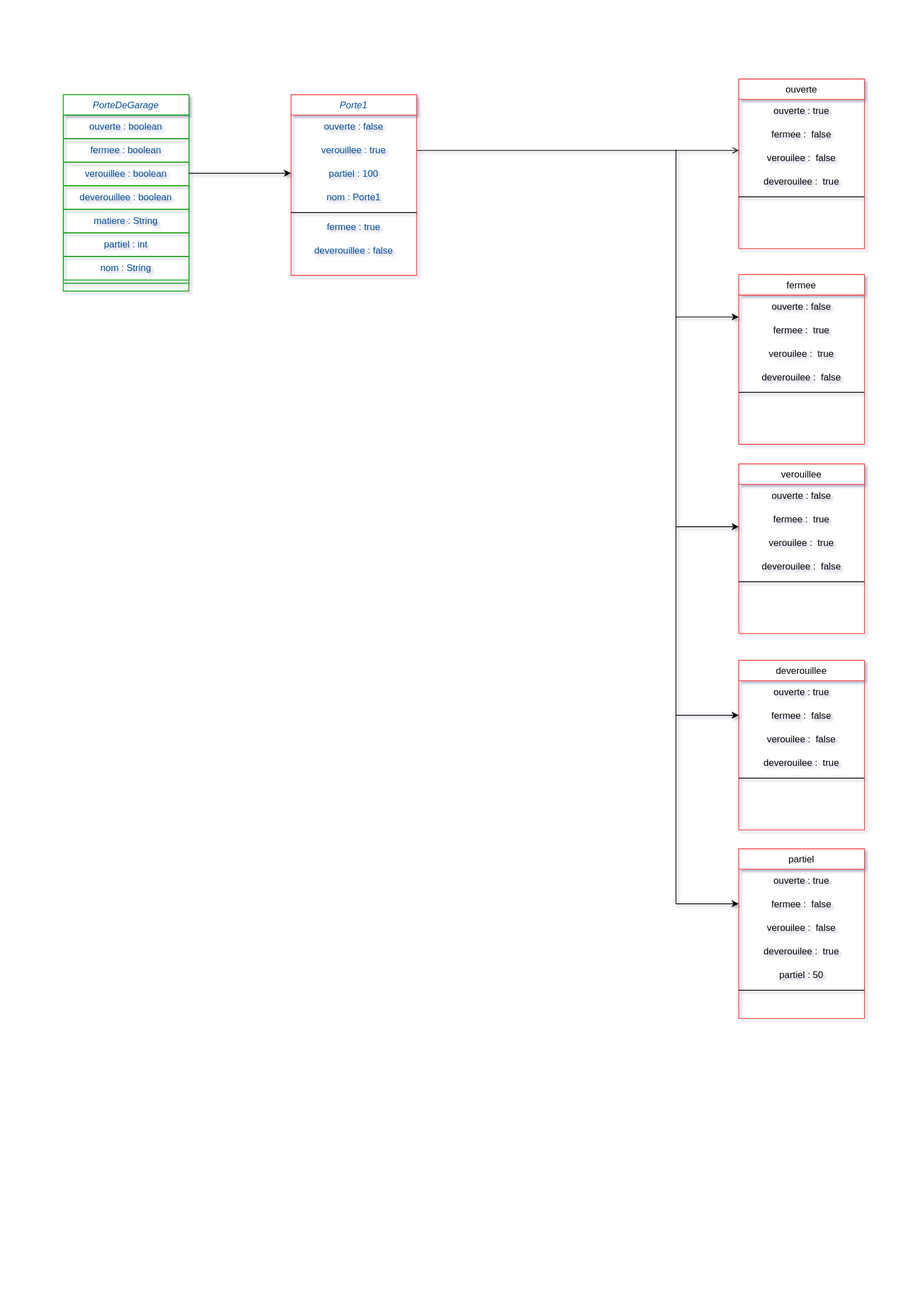
Earlier version of the draw.io export objet/porte.drawio.svg (mickmick54/ABC_2211_MC). Source tidied: cells renumbered, new cells last; positions are measured from the earlier drawing's top-left corner, leaving out a move shared by most shapes.
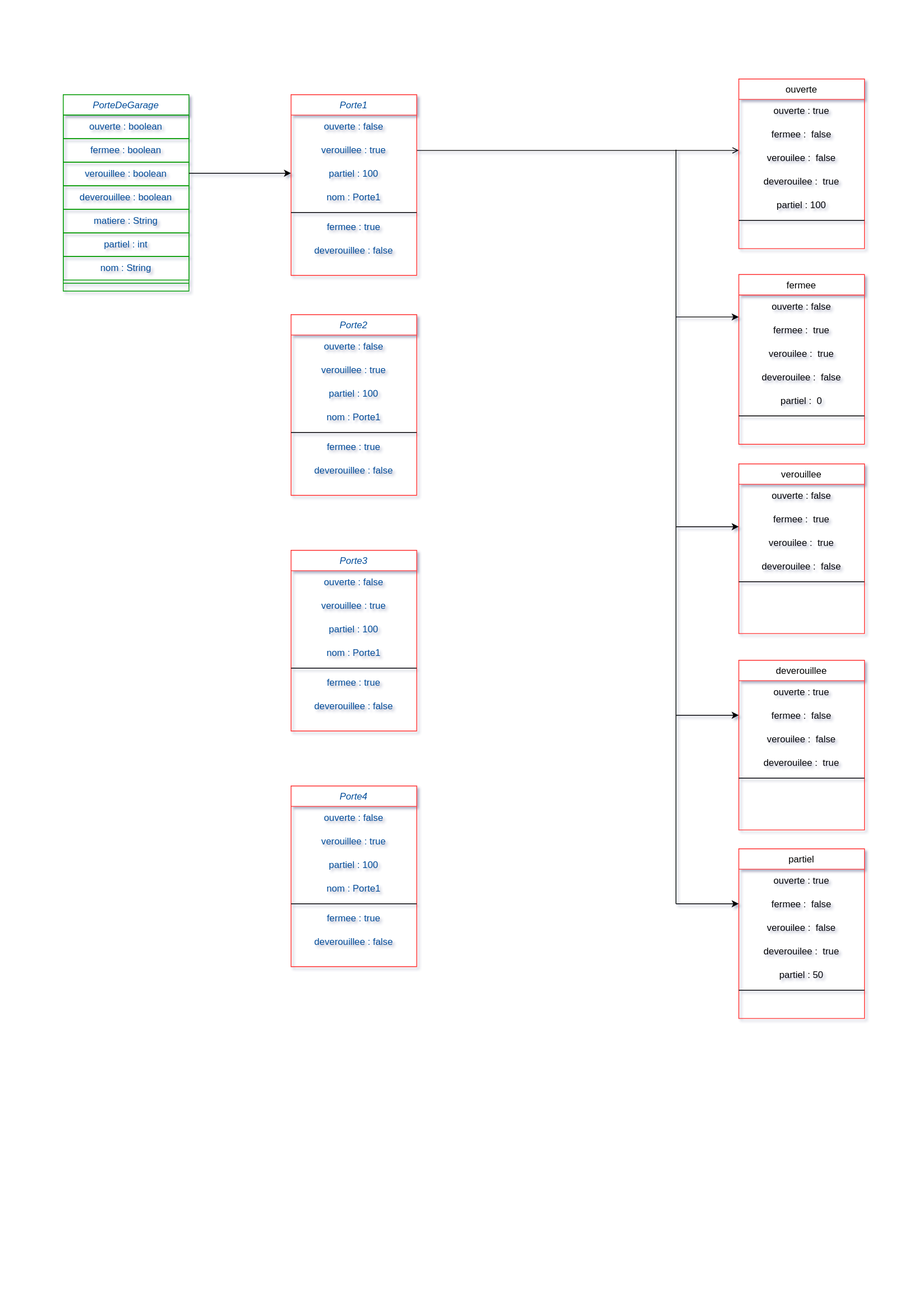
The same file after the commit.

Diff of the diagram source:
```diff
@@ -44,8 +44,11 @@
     <mxCell id="15" value="deverouilee :&amp;nbsp; true" style="text;html=1;strokeColor=none;fillColor=none;align=center;verticalAlign=middle;whiteSpace=wrap;rounded=0;" parent="11" vertex="1">
       <mxGeometry y="116" width="160" height="30" as="geometry" />
     </mxCell>
+    <mxCell id="57" value="partiel : 100" style="text;html=1;strokeColor=none;fillColor=none;align=center;verticalAlign=middle;whiteSpace=wrap;rounded=0;fontColor=#000000;" parent="11" vertex="1">
+      <mxGeometry y="146" width="160" height="30" as="geometry" />
+    </mxCell>
     <mxCell id="16" style="line;html=1;strokeWidth=1;align=left;verticalAlign=middle;spacingTop=-1;spacingLeft=3;spacingRight=3;labelPosition=right;" parent="11" vertex="1">
-      <mxGeometry y="146" width="160" height="8" as="geometry" />
+      <mxGeometry y="176" width="160" height="8" as="geometry" />
     </mxCell>
     <mxCell id="17" style="endArrow=open;shadow=0;strokeWidth=1;rounded=0;endFill=1;edgeStyle=elbowEdgeStyle;elbow=vertical;exitX=1;exitY=0.5;exitDx=0;exitDy=0;" parent="1" edge="1" source="50" target="11">
       <mxGeometry x="0.5" y="41" relative="1" as="geometry">
@@ -67,8 +70,11 @@
     <mxCell id="22" value="deverouilee :&amp;nbsp; false" style="text;html=1;strokeColor=none;fillColor=none;align=center;verticalAlign=middle;whiteSpace=wrap;rounded=0;" parent="18" vertex="1">
       <mxGeometry y="116" width="160" height="30" as="geometry" />
     </mxCell>
+    <mxCell id="58" value="partiel :&amp;nbsp; 0" style="text;html=1;strokeColor=none;fillColor=none;align=center;verticalAlign=middle;whiteSpace=wrap;rounded=0;fontColor=#000000;" parent="18" vertex="1">
+      <mxGeometry y="146" width="160" height="30" as="geometry" />
+    </mxCell>
     <mxCell id="23" style="line;html=1;strokeWidth=1;align=left;verticalAlign=middle;spacingTop=-1;spacingLeft=3;spacingRight=3;labelPosition=right;" parent="18" vertex="1">
-      <mxGeometry y="146" width="160" height="8" as="geometry" />
+      <mxGeometry y="176" width="160" height="8" as="geometry" />
     </mxCell>
     <mxCell id="24" value="verouillee" style="swimlane;fontStyle=0;align=center;verticalAlign=top;horizontal=1;startSize=26;rounded=0;shadow=0;strokeWidth=1;strokeColor=#FF3333;" parent="1" vertex="1">
       <mxGeometry x="860" y="490" width="160" height="216" as="geometry" />
@@ -186,5 +192,77 @@
         <mxPoint x="290" y="120" as="targetPoint" />
       </mxGeometry>
     </mxCell>
+    <mxCell id="59" value="Porte2" style="swimlane;fontStyle=2;align=center;verticalAlign=top;horizontal=1;startSize=26;rounded=0;shadow=0;strokeWidth=1;strokeColor=#FF3333;fontColor=#004C99;" parent="1" vertex="1">
+      <mxGeometry x="290" y="300" width="160" height="230" as="geometry" />
+    </mxCell>
+    <mxCell id="60" value="ouverte : false" style="text;html=1;strokeColor=none;fillColor=none;align=center;verticalAlign=middle;whiteSpace=wrap;rounded=0;fontColor=#004C99;" parent="59" vertex="1">
+      <mxGeometry y="26" width="160" height="30" as="geometry" />
+    </mxCell>
+    <mxCell id="61" value="verouillee : true" style="text;html=1;strokeColor=none;fillColor=none;align=center;verticalAlign=middle;whiteSpace=wrap;rounded=0;fontColor=#004C99;" parent="59" vertex="1">
+      <mxGeometry y="56" width="160" height="30" as="geometry" />
+    </mxCell>
+    <mxCell id="62" value="partiel : 100" style="text;html=1;strokeColor=none;fillColor=none;align=center;verticalAlign=middle;whiteSpace=wrap;rounded=0;fontColor=#004C99;" parent="59" vertex="1">
+      <mxGeometry y="86" width="160" height="30" as="geometry" />
+    </mxCell>
+    <mxCell id="63" value="nom : Porte1" style="text;html=1;strokeColor=none;fillColor=none;align=center;verticalAlign=middle;whiteSpace=wrap;rounded=0;fontColor=#004C99;" parent="59" vertex="1">
+      <mxGeometry y="116" width="160" height="30" as="geometry" />
+    </mxCell>
+    <mxCell id="64" style="line;html=1;strokeWidth=1;align=left;verticalAlign=middle;spacingTop=-1;spacingLeft=3;spacingRight=3;labelPosition=right;" parent="59" vertex="1">
+      <mxGeometry y="146" width="160" height="8" as="geometry" />
+    </mxCell>
+    <mxCell id="65" value="fermee : true" style="text;html=1;strokeColor=none;fillColor=none;align=center;verticalAlign=middle;whiteSpace=wrap;rounded=0;fontColor=#004C99;" parent="59" vertex="1">
+      <mxGeometry y="154" width="160" height="30" as="geometry" />
+    </mxCell>
+    <mxCell id="66" value="deverouillee : false" style="text;html=1;strokeColor=none;fillColor=none;align=center;verticalAlign=middle;whiteSpace=wrap;rounded=0;fontColor=#004C99;" parent="59" vertex="1">
+      <mxGeometry y="184" width="160" height="30" as="geometry" />
+    </mxCell>
+    <mxCell id="67" value="Porte3" style="swimlane;fontStyle=2;align=center;verticalAlign=top;horizontal=1;startSize=26;rounded=0;shadow=0;strokeWidth=1;strokeColor=#FF3333;fontColor=#004C99;" parent="1" vertex="1">
+      <mxGeometry x="290" y="600" width="160" height="230" as="geometry" />
+    </mxCell>
+    <mxCell id="68" value="ouverte : false" style="text;html=1;strokeColor=none;fillColor=none;align=center;verticalAlign=middle;whiteSpace=wrap;rounded=0;fontColor=#004C99;" parent="67" vertex="1">
+      <mxGeometry y="26" width="160" height="30" as="geometry" />
+    </mxCell>
+    <mxCell id="69" value="verouillee : true" style="text;html=1;strokeColor=none;fillColor=none;align=center;verticalAlign=middle;whiteSpace=wrap;rounded=0;fontColor=#004C99;" parent="67" vertex="1">
+      <mxGeometry y="56" width="160" height="30" as="geometry" />
+    </mxCell>
+    <mxCell id="70" value="partiel : 100" style="text;html=1;strokeColor=none;fillColor=none;align=center;verticalAlign=middle;whiteSpace=wrap;rounded=0;fontColor=#004C99;" parent="67" vertex="1">
+      <mxGeometry y="86" width="160" height="30" as="geometry" />
+    </mxCell>
+    <mxCell id="71" value="nom : Porte1" style="text;html=1;strokeColor=none;fillColor=none;align=center;verticalAlign=middle;whiteSpace=wrap;rounded=0;fontColor=#004C99;" parent="67" vertex="1">
+      <mxGeometry y="116" width="160" height="30" as="geometry" />
+    </mxCell>
+    <mxCell id="72" style="line;html=1;strokeWidth=1;align=left;verticalAlign=middle;spacingTop=-1;spacingLeft=3;spacingRight=3;labelPosition=right;" parent="67" vertex="1">
+      <mxGeometry y="146" width="160" height="8" as="geometry" />
+    </mxCell>
+    <mxCell id="73" value="fermee : true" style="text;html=1;strokeColor=none;fillColor=none;align=center;verticalAlign=middle;whiteSpace=wrap;rounded=0;fontColor=#004C99;" parent="67" vertex="1">
+      <mxGeometry y="154" width="160" height="30" as="geometry" />
+    </mxCell>
+    <mxCell id="74" value="deverouillee : false" style="text;html=1;strokeColor=none;fillColor=none;align=center;verticalAlign=middle;whiteSpace=wrap;rounded=0;fontColor=#004C99;" parent="67" vertex="1">
+      <mxGeometry y="184" width="160" height="30" as="geometry" />
+    </mxCell>
+    <mxCell id="75" value="Porte4" style="swimlane;fontStyle=2;align=center;verticalAlign=top;horizontal=1;startSize=26;rounded=0;shadow=0;strokeWidth=1;strokeColor=#FF3333;fontColor=#004C99;" parent="1" vertex="1">
+      <mxGeometry x="290" y="900" width="160" height="230" as="geometry" />
+    </mxCell>
+    <mxCell id="76" value="ouverte : false" style="text;html=1;strokeColor=none;fillColor=none;align=center;verticalAlign=middle;whiteSpace=wrap;rounded=0;fontColor=#004C99;" parent="75" vertex="1">
+      <mxGeometry y="26" width="160" height="30" as="geometry" />
+    </mxCell>
+    <mxCell id="77" value="verouillee : true" style="text;html=1;strokeColor=none;fillColor=none;align=center;verticalAlign=middle;whiteSpace=wrap;rounded=0;fontColor=#004C99;" parent="75" vertex="1">
+      <mxGeometry y="56" width="160" height="30" as="geometry" />
+    </mxCell>
+    <mxCell id="78" value="partiel : 100" style="text;html=1;strokeColor=none;fillColor=none;align=center;verticalAlign=middle;whiteSpace=wrap;rounded=0;fontColor=#004C99;" parent="75" vertex="1">
+      <mxGeometry y="86" width="160" height="30" as="geometry" />
+    </mxCell>
+    <mxCell id="79" value="nom : Porte1" style="text;html=1;strokeColor=none;fillColor=none;align=center;verticalAlign=middle;whiteSpace=wrap;rounded=0;fontColor=#004C99;" parent="75" vertex="1">
+      <mxGeometry y="116" width="160" height="30" as="geometry" />
+    </mxCell>
+    <mxCell id="80" style="line;html=1;strokeWidth=1;align=left;verticalAlign=middle;spacingTop=-1;spacingLeft=3;spacingRight=3;labelPosition=right;" parent="75" vertex="1">
+      <mxGeometry y="146" width="160" height="8" as="geometry" />
+    </mxCell>
+    <mxCell id="81" value="fermee : true" style="text;html=1;strokeColor=none;fillColor=none;align=center;verticalAlign=middle;whiteSpace=wrap;rounded=0;fontColor=#004C99;" parent="75" vertex="1">
+      <mxGeometry y="154" width="160" height="30" as="geometry" />
+    </mxCell>
+    <mxCell id="82" value="deverouillee : false" style="text;html=1;strokeColor=none;fillColor=none;align=center;verticalAlign=middle;whiteSpace=wrap;rounded=0;fontColor=#004C99;" parent="75" vertex="1">
+      <mxGeometry y="184" width="160" height="30" as="geometry" />
+    </mxCell>
   </root>
 </mxGraphModel>
```
